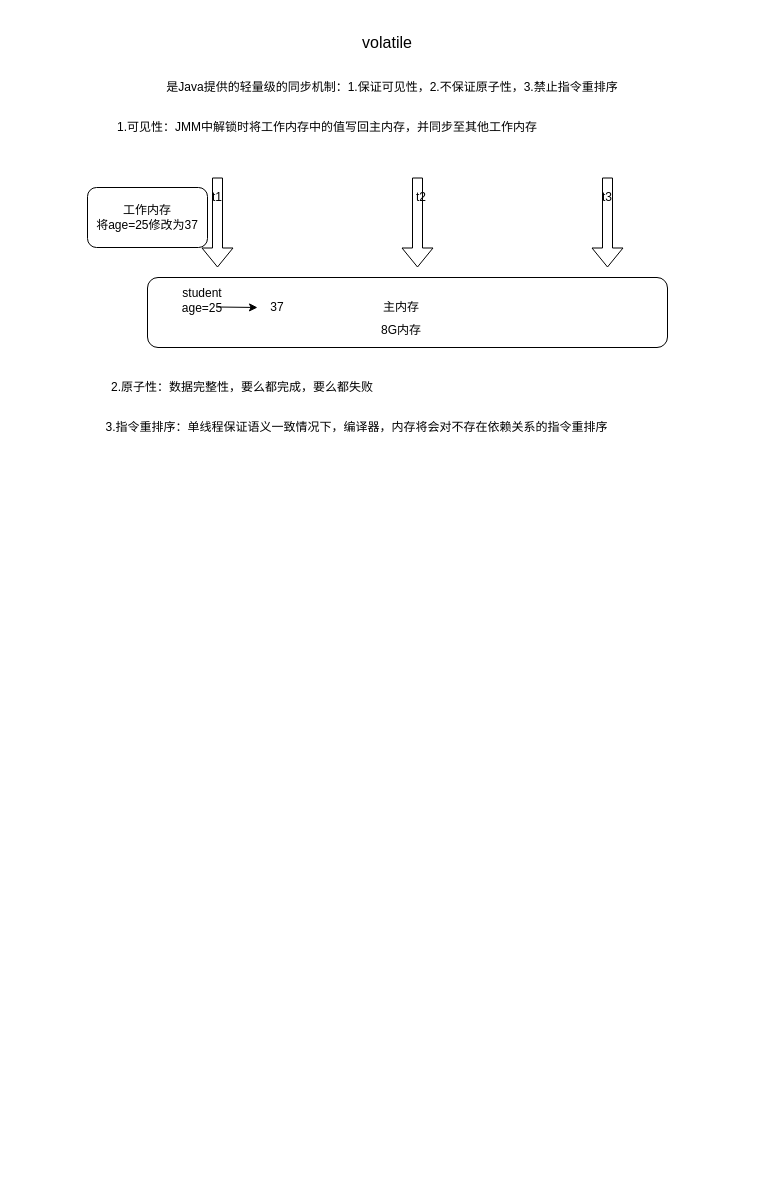
qouson/my-Java-note keeps this draw.io diagram as Java基础/多线程/volatile.drawio. Above is the earlier version. Source tidied: cells renumbered, new cells numbered last; positions are measured from the earlier drawing's top-left corner, leaving out a move shared by most shapes. Both pictures are drawn from the tidied source at 100%, with x=0, y=0 at pixel (17, 17).
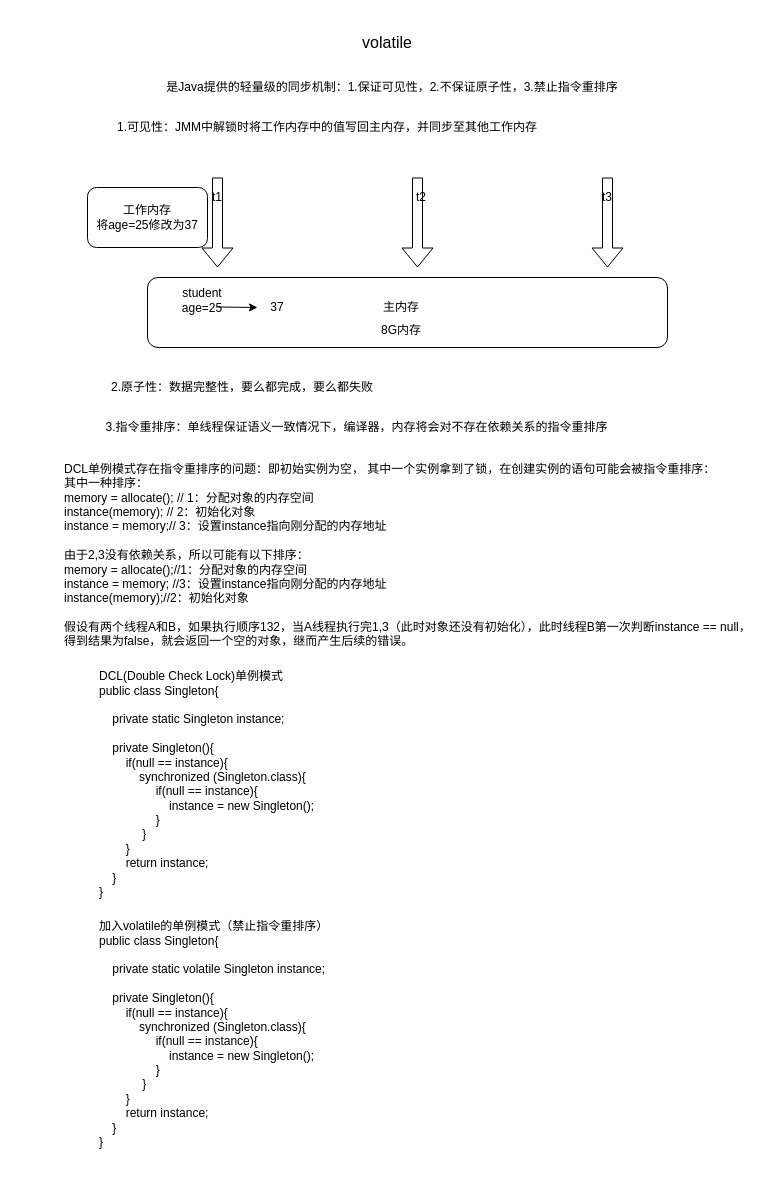
Above is the later version.

The edit, as a diff of the source:
```diff
@@
+    <mxCell id="20" value="&lt;div align=&quot;left&quot;&gt;DCL(Double Check Lock)单例模式&lt;/div&gt;&lt;div align=&quot;left&quot;&gt;public class Singleton{&lt;/div&gt;&lt;div align=&quot;left&quot;&gt;&lt;br&gt;&lt;/div&gt;&lt;div align=&quot;left&quot;&gt;&amp;nbsp;&amp;nbsp;&amp;nbsp; private static Singleton instance;&lt;/div&gt;&lt;div align=&quot;left&quot;&gt;&lt;br&gt;&lt;/div&gt;&lt;div align=&quot;left&quot;&gt;&amp;nbsp;&amp;nbsp;&amp;nbsp; private Singleton(){&lt;/div&gt;&lt;div align=&quot;left&quot;&gt;&amp;nbsp;&amp;nbsp;&amp;nbsp;&amp;nbsp;&amp;nbsp;&amp;nbsp;&amp;nbsp; if(null == instance){&lt;/div&gt;&lt;div align=&quot;left&quot;&gt;&amp;nbsp;&amp;nbsp;&amp;nbsp;&amp;nbsp;&amp;nbsp;&amp;nbsp;&amp;nbsp;&amp;nbsp;&amp;nbsp;&amp;nbsp;&amp;nbsp; synchronized (Singleton.class){&lt;/div&gt;&lt;div align=&quot;left&quot;&gt;&amp;nbsp;&amp;nbsp;&amp;nbsp;&amp;nbsp;&amp;nbsp;&amp;nbsp;&amp;nbsp;&amp;nbsp;&amp;nbsp;&amp;nbsp;&amp;nbsp;&amp;nbsp;&amp;nbsp;&amp;nbsp;&amp;nbsp;&amp;nbsp; if(null == instance){&lt;/div&gt;&lt;div align=&quot;left&quot;&gt;&amp;nbsp;&amp;nbsp;&amp;nbsp;&amp;nbsp;&amp;nbsp;&amp;nbsp;&amp;nbsp;&amp;nbsp;&amp;nbsp;&amp;nbsp;&amp;nbsp;&amp;nbsp;&amp;nbsp;&amp;nbsp;&amp;nbsp;&amp;nbsp;&amp;nbsp;&amp;nbsp;&amp;nbsp;&amp;nbsp; instance = new Singleton();&lt;br&gt;&lt;/div&gt;&lt;div align=&quot;left&quot;&gt;&amp;nbsp;&amp;nbsp;&amp;nbsp;&amp;nbsp;&amp;nbsp;&amp;nbsp;&amp;nbsp;&amp;nbsp;&amp;nbsp;&amp;nbsp;&amp;nbsp;&amp;nbsp;&amp;nbsp;&amp;nbsp;&amp;nbsp;&amp;nbsp; }&lt;br&gt;&lt;/div&gt;&lt;div align=&quot;left&quot;&gt;&amp;nbsp;&amp;nbsp;&amp;nbsp;&amp;nbsp;&amp;nbsp;&amp;nbsp;&amp;nbsp;&amp;nbsp;&amp;nbsp;&amp;nbsp;&amp;nbsp;&amp;nbsp; }&lt;br&gt;&lt;/div&gt;&lt;div align=&quot;left&quot;&gt;&amp;nbsp;&amp;nbsp;&amp;nbsp;&amp;nbsp;&amp;nbsp;&amp;nbsp;&amp;nbsp; }&lt;/div&gt;&lt;div align=&quot;left&quot;&gt;&amp;nbsp;&amp;nbsp;&amp;nbsp;&amp;nbsp;&amp;nbsp;&amp;nbsp;&amp;nbsp; return instance;&lt;br&gt;&lt;/div&gt;&lt;div align=&quot;left&quot;&gt;&amp;nbsp;&amp;nbsp;&amp;nbsp; }&lt;br&gt;&lt;/div&gt;&lt;div align=&quot;left&quot;&gt;}&lt;/div&gt;&lt;div align=&quot;left&quot;&gt;&lt;br&gt;&lt;/div&gt;" style="text;html=1;strokeColor=none;fillColor=none;align=left;verticalAlign=middle;whiteSpace=wrap;rounded=0;" parent="1" vertex="1">
+      <mxGeometry x="80" y="649" width="570" height="250" as="geometry" />
+    </mxCell>
+    <mxCell id="21" value="&lt;div align=&quot;left&quot;&gt;加入volatile的单例模式（禁止指令重排序）&lt;/div&gt;&lt;div align=&quot;left&quot;&gt;public class Singleton{&lt;/div&gt;&lt;div align=&quot;left&quot;&gt;&lt;br&gt;&lt;/div&gt;&lt;div align=&quot;left&quot;&gt;&amp;nbsp;&amp;nbsp;&amp;nbsp; private static volatile Singleton instance;&lt;/div&gt;&lt;div align=&quot;left&quot;&gt;&lt;br&gt;&lt;/div&gt;&lt;div align=&quot;left&quot;&gt;&amp;nbsp;&amp;nbsp;&amp;nbsp; private Singleton(){&lt;/div&gt;&lt;div align=&quot;left&quot;&gt;&amp;nbsp;&amp;nbsp;&amp;nbsp;&amp;nbsp;&amp;nbsp;&amp;nbsp;&amp;nbsp; if(null == instance){&lt;/div&gt;&lt;div align=&quot;left&quot;&gt;&amp;nbsp;&amp;nbsp;&amp;nbsp;&amp;nbsp;&amp;nbsp;&amp;nbsp;&amp;nbsp;&amp;nbsp;&amp;nbsp;&amp;nbsp;&amp;nbsp; synchronized (Singleton.class){&lt;/div&gt;&lt;div align=&quot;left&quot;&gt;&amp;nbsp;&amp;nbsp;&amp;nbsp;&amp;nbsp;&amp;nbsp;&amp;nbsp;&amp;nbsp;&amp;nbsp;&amp;nbsp;&amp;nbsp;&amp;nbsp;&amp;nbsp;&amp;nbsp;&amp;nbsp;&amp;nbsp;&amp;nbsp; if(null == instance){&lt;/div&gt;&lt;div align=&quot;left&quot;&gt;&amp;nbsp;&amp;nbsp;&amp;nbsp;&amp;nbsp;&amp;nbsp;&amp;nbsp;&amp;nbsp;&amp;nbsp;&amp;nbsp;&amp;nbsp;&amp;nbsp;&amp;nbsp;&amp;nbsp;&amp;nbsp;&amp;nbsp;&amp;nbsp;&amp;nbsp;&amp;nbsp;&amp;nbsp;&amp;nbsp; instance = new Singleton();&lt;br&gt;&lt;/div&gt;&lt;div align=&quot;left&quot;&gt;&amp;nbsp;&amp;nbsp;&amp;nbsp;&amp;nbsp;&amp;nbsp;&amp;nbsp;&amp;nbsp;&amp;nbsp;&amp;nbsp;&amp;nbsp;&amp;nbsp;&amp;nbsp;&amp;nbsp;&amp;nbsp;&amp;nbsp;&amp;nbsp; }&lt;br&gt;&lt;/div&gt;&lt;div align=&quot;left&quot;&gt;&amp;nbsp;&amp;nbsp;&amp;nbsp;&amp;nbsp;&amp;nbsp;&amp;nbsp;&amp;nbsp;&amp;nbsp;&amp;nbsp;&amp;nbsp;&amp;nbsp;&amp;nbsp; }&lt;br&gt;&lt;/div&gt;&lt;div align=&quot;left&quot;&gt;&amp;nbsp;&amp;nbsp;&amp;nbsp;&amp;nbsp;&amp;nbsp;&amp;nbsp;&amp;nbsp; }&lt;/div&gt;&lt;div align=&quot;left&quot;&gt;&amp;nbsp;&amp;nbsp;&amp;nbsp;&amp;nbsp;&amp;nbsp;&amp;nbsp;&amp;nbsp; return instance;&lt;br&gt;&lt;/div&gt;&lt;div align=&quot;left&quot;&gt;&amp;nbsp;&amp;nbsp;&amp;nbsp; }&lt;br&gt;&lt;/div&gt;&lt;div align=&quot;left&quot;&gt;}&lt;/div&gt;&lt;div align=&quot;left&quot;&gt;&lt;br&gt;&lt;/div&gt;" style="text;html=1;strokeColor=none;fillColor=none;align=left;verticalAlign=middle;whiteSpace=wrap;rounded=0;" parent="1" vertex="1">
+      <mxGeometry x="80" y="899" width="570" height="250" as="geometry" />
+    </mxCell>
+    <mxCell id="22" value="&lt;div align=&quot;left&quot;&gt;DCL单例模式存在指令重排序的问题：即初始实例为空， 其中一个实例拿到了锁，在创建实例的语句可能会被指令重排序：&lt;/div&gt;&lt;div align=&quot;left&quot;&gt;其中一种排序：&lt;/div&gt;&lt;div align=&quot;left&quot;&gt;memory = allocate(); // 1：分配对象的内存空间&lt;/div&gt;&lt;div align=&quot;left&quot;&gt;instance(memory); // 2：初始化对象&lt;/div&gt;&lt;div align=&quot;left&quot;&gt;instance = memory;// 3：设置instance指向刚分配的内存地址&lt;/div&gt;&lt;div align=&quot;left&quot;&gt;&lt;br&gt;&lt;/div&gt;&lt;div align=&quot;left&quot;&gt;由于2,3没有依赖关系，所以可能有以下排序：&lt;/div&gt;&lt;div align=&quot;left&quot;&gt;memory = allocate();//1：分配对象的内存空间&lt;/div&gt;&lt;div align=&quot;left&quot;&gt;instance = memory; //3：设置instance指向刚分配的内存地址&lt;/div&gt;&lt;div align=&quot;left&quot;&gt;instance(memory);//2：初始化对象&lt;/div&gt;&lt;div align=&quot;left&quot;&gt;&lt;br&gt;&lt;/div&gt;&lt;div align=&quot;left&quot;&gt;假设有两个线程A和B，如果执行顺序132，当A线程执行完1,3（此时对象还没有初始化），此时线程B第一次判断instance == null，得到结果为false，就会返回一个空的对象，继而产生后续的错误。&lt;br&gt;&lt;/div&gt;&lt;div align=&quot;left&quot;&gt;&lt;br&gt;&lt;/div&gt;" style="text;html=1;strokeColor=none;fillColor=none;align=left;verticalAlign=middle;whiteSpace=wrap;rounded=0;" parent="1" vertex="1">
+      <mxGeometry x="44.8" y="460" width="690.5" height="170" as="geometry" />
+    </mxCell>
```
